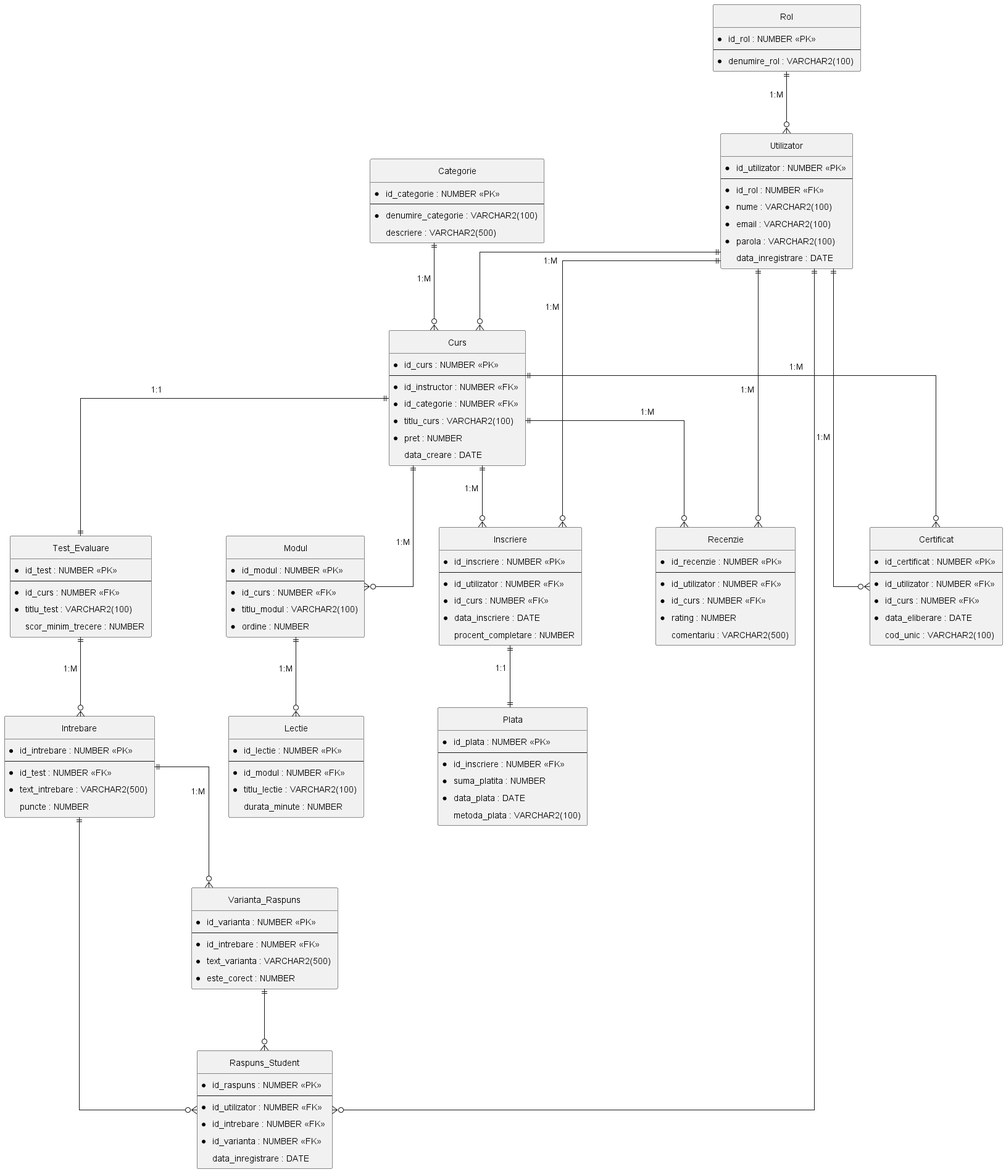
Above: out/diagrama_conceptuala/diagrama_conceptuala.png in Teooo28/e-learning-database-sql (PlantUML), before the change.
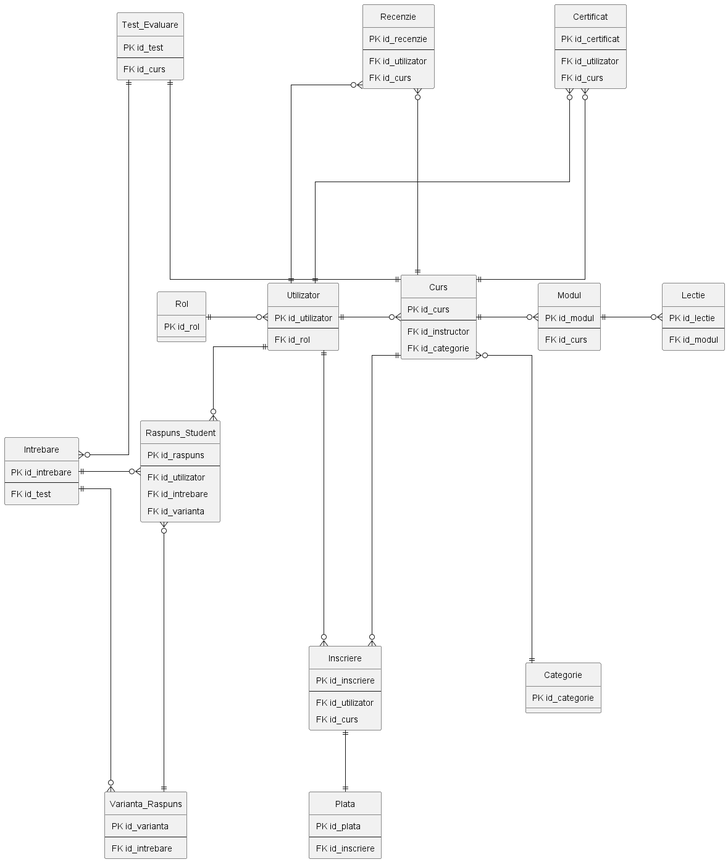
The same diagram one commit later.

Commit message:
Update diagrama conceptuala - notatii

Diff of the diagram source:
```diff
@@ -1,151 +1,119 @@
 @startuml diagrama_conceptuala
 hide circle
 skinparam linetype ortho
-skinparam nodesep 120
+skinparam nodesep 100
 skinparam ranksep 100
 skinparam padding 5
 
 entity "Rol" {
-  * id_rol : NUMBER <<PK>>
-  --
-  * denumire_rol : VARCHAR2(100)
+  PK id_rol
 }
 
 entity "Utilizator" {
-  * id_utilizator : NUMBER <<PK>>
+  PK id_utilizator
   --
-  * id_rol : NUMBER <<FK>>
-  * nume : VARCHAR2(100)
-  * email : VARCHAR2(100)
-  * parola : VARCHAR2(100)
-  data_inregistrare : DATE
+  FK id_rol
 }
 
 entity "Categorie" {
-  * id_categorie : NUMBER <<PK>>
-  --
-  * denumire_categorie : VARCHAR2(100)
-  descriere : VARCHAR2(500)
+  PK id_categorie
 }
 
 entity "Curs" {
-  * id_curs : NUMBER <<PK>>
+  PK id_curs
   --
-  * id_instructor : NUMBER <<FK>>
-  * id_categorie : NUMBER <<FK>>
-  * titlu_curs : VARCHAR2(100)
-  * pret : NUMBER
-  data_creare : DATE
+  FK id_instructor
+  FK id_categorie
 }
 
 entity "Modul" {
-  * id_modul : NUMBER <<PK>>
+  PK id_modul
   --
-  * id_curs : NUMBER <<FK>>
-  * titlu_modul : VARCHAR2(100)
-  * ordine : NUMBER
+  FK id_curs
 }
 
 entity "Lectie" {
-  * id_lectie : NUMBER <<PK>>
+  PK id_lectie
   --
-  * id_modul : NUMBER <<FK>>
-  * titlu_lectie : VARCHAR2(100)
-  durata_minute : NUMBER
+  FK id_modul
 }
 
 entity "Inscriere" {
-  * id_inscriere : NUMBER <<PK>>
+  PK id_inscriere
   --
-  * id_utilizator : NUMBER <<FK>>
-  * id_curs : NUMBER <<FK>>
-  * data_inscriere : DATE
-  procent_completare : NUMBER
+  FK id_utilizator
+  FK id_curs
 }
 
 entity "Plata" {
-  * id_plata : NUMBER <<PK>>
+  PK id_plata
   --
-  * id_inscriere : NUMBER <<FK>>
-  * suma_platita : NUMBER
-  * data_plata : DATE
-  metoda_plata : VARCHAR2(100)
+  FK id_inscriere
 }
 
 entity "Recenzie" {
-  * id_recenzie : NUMBER <<PK>>
+  PK id_recenzie
   --
-  * id_utilizator : NUMBER <<FK>>
-  * id_curs : NUMBER <<FK>>
-  * rating : NUMBER
-  comentariu : VARCHAR2(500)
+  FK id_utilizator
+  FK id_curs
 }
 
 entity "Test_Evaluare" {
-  * id_test : NUMBER <<PK>>
+  PK id_test
   --
-  * id_curs : NUMBER <<FK>>
-  * titlu_test : VARCHAR2(100)
-  scor_minim_trecere : NUMBER
+  FK id_curs
 }
 
 entity "Intrebare" {
-  * id_intrebare : NUMBER <<PK>>
+  PK id_intrebare
   --
-  * id_test : NUMBER <<FK>>
-  * text_intrebare : VARCHAR2(500)
-  puncte : NUMBER
+  FK id_test
 }
 
 entity "Varianta_Raspuns" {
-  * id_varianta : NUMBER <<PK>>
+  PK id_varianta
   --
-  * id_intrebare : NUMBER <<FK>>
-  * text_varianta : VARCHAR2(500)
-  * este_corect : NUMBER
+  FK id_intrebare
 }
 
 entity "Raspuns_Student" {
-  * id_raspuns : NUMBER <<PK>>
+  PK id_raspuns
   --
-  * id_utilizator : NUMBER <<FK>>
-  * id_intrebare : NUMBER <<FK>>
-  * id_varianta : NUMBER <<FK>>
-  data_inregistrare : DATE
+  FK id_utilizator
+  FK id_intrebare
+  FK id_varianta
 }
 
 entity "Certificat" {
-  * id_certificat : NUMBER <<PK>>
+  PK id_certificat
   --
-  * id_utilizator : NUMBER <<FK>>
-  * id_curs : NUMBER <<FK>>
-  * data_eliberare : DATE
-  cod_unic : VARCHAR2(100)
+  FK id_utilizator
+  FK id_curs
 }
 
-Rol ||--o{ Utilizator : "1:M"
-Utilizator ||--o{ Curs : "1:M"
-Categorie ||--o{ Curs : "1:M"
+Utilizator ||--right--o{ Curs
+Rol ||--right--o{ Utilizator
+Categorie ||--up--o{ Curs
 
-Curs ||--o{ Modul : "1:M"
-Modul ||--o{ Lectie : "1:M"
+Utilizator ||--down--o{ Inscriere
+Curs ||-down-o{ Inscriere
+Inscriere ||-down-|| Plata
 
-Utilizator ||--o{ Inscriere : "1:M"
-Curs ||--o{ Inscriere : "1:M"
-Inscriere ||--|| Plata : "1:1"
+Utilizator ||--up--o{ Recenzie
+Recenzie }o--right--|| Curs
 
-Utilizator ||--o{ Recenzie : "1:M"
-Curs ||--o{ Recenzie : "1:M"
+Utilizator ||--up--o{ Certificat
+Certificat }o--right--|| Curs
 
-Curs ||--|| Test_Evaluare : "1:1"
-Test_Evaluare ||--o{ Intrebare : "1:M"
-Intrebare ||--o{ Varianta_Raspuns : "1:M"
+Curs ||--right--o{ Modul
+Modul ||--right--o{ Lectie
 
-Utilizator ||--o{ Certificat : "1:M"
-Curs ||--o{ Certificat : "1:M"
+Curs ||--up--|| Test_Evaluare
+Test_Evaluare ||--down--o{ Intrebare
+Intrebare ||--down--o{ Varianta_Raspuns
 
-Utilizator ||--o{ Raspuns_Student
-Intrebare ||--o{ Raspuns_Student
-Varianta_Raspuns ||--o{ Raspuns_Student
+Utilizator ||-down-o{ Raspuns_Student
+Intrebare ||--right--o{ Raspuns_Student
+Varianta_Raspuns ||--up--o{ Raspuns_Student
 
 @enduml
```
